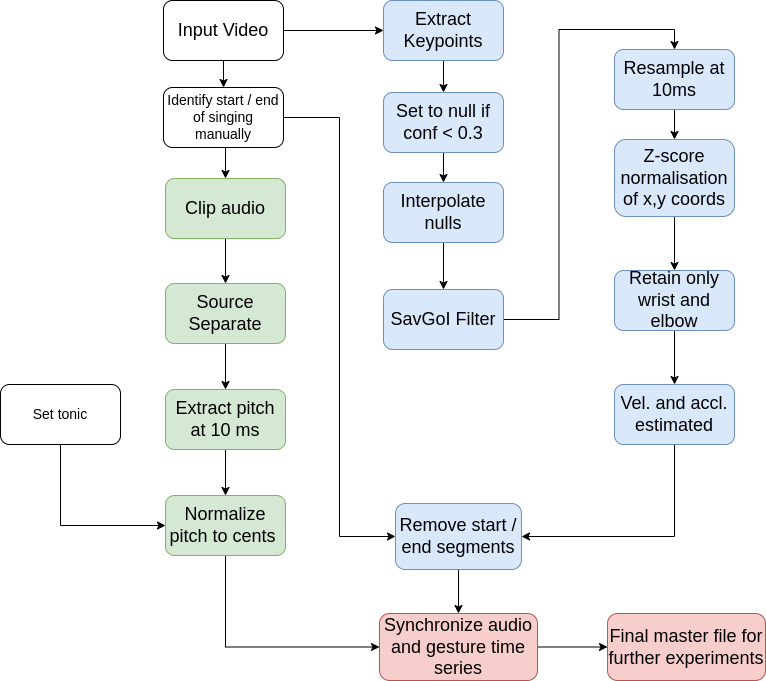
Earlier version of the draw.io export Process2D.png (DAP-Lab/hindustani_raga_dataset_processing). Source tidied: cells renumbered, new cells last; positions are measured from the earlier drawing's top-left corner, leaving out a move shared by most shapes. Source of this version:
```xml
<mxGraphModel>
  <root>
    <mxCell id="0" />
    <mxCell id="1" parent="0" />
    <mxCell id="2" style="edgeStyle=orthogonalEdgeStyle;rounded=0;jettySize=auto;html=1;" parent="1" edge="1" source="4" target="28">
      <mxGeometry relative="1" as="geometry" />
    </mxCell>
    <mxCell id="3" style="edgeStyle=orthogonalEdgeStyle;rounded=0;jettySize=auto;html=1;" parent="1" edge="1" source="4" target="10">
      <mxGeometry relative="1" as="geometry" />
    </mxCell>
    <mxCell id="4" value="&lt;font style=&quot;font-size: 18px;&quot;&gt;Input Video&lt;/font&gt;" style="rounded=1;whiteSpace=wrap;html=1;" parent="1" vertex="1">
      <mxGeometry x="163" width="120" height="60" as="geometry" />
    </mxCell>
    <mxCell id="5" style="edgeStyle=orthogonalEdgeStyle;rounded=0;jettySize=auto;html=1;fontSize=18;" parent="1" edge="1" source="6" target="8">
      <mxGeometry relative="1" as="geometry" />
    </mxCell>
    <mxCell id="6" value="&lt;font style=&quot;font-size: 18px;&quot;&gt;Source Separate&lt;/font&gt;" style="rounded=1;whiteSpace=wrap;html=1;fillColor=#d5e8d4;strokeColor=#82b366;" parent="1" vertex="1">
      <mxGeometry x="165" y="283" width="120" height="60" as="geometry" />
    </mxCell>
    <mxCell id="7" style="edgeStyle=orthogonalEdgeStyle;rounded=0;jettySize=auto;html=1;" parent="1" edge="1" source="8" target="32">
      <mxGeometry relative="1" as="geometry" />
    </mxCell>
    <mxCell id="8" value="Extract pitch at 10 ms" style="rounded=1;whiteSpace=wrap;html=1;fontSize=18;fillColor=#d5e8d4;strokeColor=#82b366;" parent="1" vertex="1">
      <mxGeometry x="165" y="389" width="120" height="60" as="geometry" />
    </mxCell>
    <mxCell id="9" style="edgeStyle=orthogonalEdgeStyle;rounded=0;jettySize=auto;html=1;fontSize=18;" parent="1" edge="1" source="10" target="12">
      <mxGeometry relative="1" as="geometry" />
    </mxCell>
    <mxCell id="10" value="Extract Keypoints" style="rounded=1;whiteSpace=wrap;html=1;fontSize=18;fillColor=#dae8fc;strokeColor=#6c8ebf;" parent="1" vertex="1">
      <mxGeometry x="383" width="120" height="60" as="geometry" />
    </mxCell>
    <mxCell id="11" style="edgeStyle=orthogonalEdgeStyle;rounded=0;jettySize=auto;html=1;fontSize=18;" parent="1" edge="1" source="12">
      <mxGeometry relative="1" as="geometry">
        <mxPoint x="443" y="182" as="targetPoint" />
      </mxGeometry>
    </mxCell>
    <mxCell id="12" value="Set to null if conf &amp;lt; 0.3" style="rounded=1;whiteSpace=wrap;html=1;fontSize=18;fillColor=#dae8fc;strokeColor=#6c8ebf;" parent="1" vertex="1">
      <mxGeometry x="383" y="92" width="120" height="60" as="geometry" />
    </mxCell>
    <mxCell id="13" style="edgeStyle=orthogonalEdgeStyle;rounded=0;jettySize=auto;html=1;fontSize=18;" parent="1" edge="1" target="15">
      <mxGeometry relative="1" as="geometry">
        <mxPoint x="443" y="242" as="sourcePoint" />
      </mxGeometry>
    </mxCell>
    <mxCell id="14" style="edgeStyle=orthogonalEdgeStyle;rounded=0;jettySize=auto;html=1;fontSize=18;" parent="1" edge="1" source="15" target="17">
      <mxGeometry relative="1" as="geometry" />
    </mxCell>
    <mxCell id="15" value="Interpolate nulls" style="rounded=1;whiteSpace=wrap;html=1;fontSize=18;fillColor=#dae8fc;strokeColor=#6c8ebf;" parent="1" vertex="1">
      <mxGeometry x="383" y="182" width="120" height="60" as="geometry" />
    </mxCell>
    <mxCell id="16" style="edgeStyle=orthogonalEdgeStyle;rounded=0;jettySize=auto;html=1;entryX=0.5;entryY=0;entryDx=0;entryDy=0;fontSize=18;" parent="1" edge="1" source="17" target="19">
      <mxGeometry relative="1" as="geometry" />
    </mxCell>
    <mxCell id="17" value="SavGoI Filter" style="rounded=1;whiteSpace=wrap;html=1;fontSize=18;fillColor=#dae8fc;strokeColor=#6c8ebf;" parent="1" vertex="1">
      <mxGeometry x="383" y="289" width="120" height="60" as="geometry" />
    </mxCell>
    <mxCell id="18" style="edgeStyle=orthogonalEdgeStyle;rounded=0;jettySize=auto;html=1;fontSize=18;" parent="1" edge="1" source="19" target="21">
      <mxGeometry relative="1" as="geometry" />
    </mxCell>
    <mxCell id="19" value="Resample at 10ms" style="rounded=1;whiteSpace=wrap;html=1;fontSize=18;fillColor=#dae8fc;strokeColor=#6c8ebf;" parent="1" vertex="1">
      <mxGeometry x="614" y="49" width="120" height="60" as="geometry" />
    </mxCell>
    <mxCell id="20" style="edgeStyle=orthogonalEdgeStyle;rounded=0;jettySize=auto;html=1;fontSize=18;" parent="1" edge="1" source="21" target="23">
      <mxGeometry relative="1" as="geometry" />
    </mxCell>
    <mxCell id="21" value="Z-score normalisation of x,y coords" style="rounded=1;whiteSpace=wrap;html=1;fontSize=18;fillColor=#dae8fc;strokeColor=#6c8ebf;" parent="1" vertex="1">
      <mxGeometry x="614" y="139" width="120" height="77" as="geometry" />
    </mxCell>
    <mxCell id="22" style="edgeStyle=orthogonalEdgeStyle;rounded=0;jettySize=auto;html=1;fontSize=18;" parent="1" edge="1" source="23" target="25">
      <mxGeometry relative="1" as="geometry" />
    </mxCell>
    <mxCell id="23" value="Retain only wrist and elbow" style="rounded=1;whiteSpace=wrap;html=1;fontSize=18;fillColor=#dae8fc;strokeColor=#6c8ebf;" parent="1" vertex="1">
      <mxGeometry x="614" y="270" width="120" height="60" as="geometry" />
    </mxCell>
    <mxCell id="24" style="edgeStyle=orthogonalEdgeStyle;rounded=0;jettySize=auto;html=1;exitX=0.5;exitY=1;exitDx=0;exitDy=0;entryX=1;entryY=0.5;entryDx=0;entryDy=0;" parent="1" edge="1" source="25" target="36">
      <mxGeometry relative="1" as="geometry" />
    </mxCell>
    <mxCell id="25" value="Vel. and accl. estimated" style="rounded=1;whiteSpace=wrap;html=1;fontSize=18;fillColor=#dae8fc;strokeColor=#6c8ebf;" parent="1" vertex="1">
      <mxGeometry x="614" y="384" width="120" height="60" as="geometry" />
    </mxCell>
    <mxCell id="26" style="edgeStyle=orthogonalEdgeStyle;rounded=0;jettySize=auto;html=1;exitX=1;exitY=0.5;exitDx=0;exitDy=0;entryX=0;entryY=0.5;entryDx=0;entryDy=0;" parent="1" edge="1" source="28" target="36">
      <mxGeometry relative="1" as="geometry" />
    </mxCell>
    <mxCell id="27" style="edgeStyle=orthogonalEdgeStyle;rounded=0;jettySize=auto;html=1;exitX=0.5;exitY=1;exitDx=0;exitDy=0;entryX=0.5;entryY=0;entryDx=0;entryDy=0;" parent="1" edge="1" source="28" target="30">
      <mxGeometry relative="1" as="geometry" />
    </mxCell>
    <mxCell id="28" value="&lt;font style=&quot;font-size: 14px;&quot;&gt;Identify start / end of singing manually&lt;/font&gt;" style="rounded=1;whiteSpace=wrap;html=1;" parent="1" vertex="1">
      <mxGeometry x="163" y="87" width="120" height="60" as="geometry" />
    </mxCell>
    <mxCell id="29" style="edgeStyle=orthogonalEdgeStyle;rounded=0;jettySize=auto;html=1;" parent="1" edge="1" source="30" target="6">
      <mxGeometry relative="1" as="geometry" />
    </mxCell>
    <mxCell id="30" value="&lt;font style=&quot;font-size: 18px;&quot;&gt;Clip audio&lt;/font&gt;" style="rounded=1;whiteSpace=wrap;html=1;fillColor=#d5e8d4;strokeColor=#82b366;" parent="1" vertex="1">
      <mxGeometry x="165" y="178" width="120" height="60" as="geometry" />
    </mxCell>
    <mxCell id="31" style="edgeStyle=orthogonalEdgeStyle;rounded=0;jettySize=auto;html=1;exitX=0.5;exitY=1;exitDx=0;exitDy=0;entryX=0;entryY=0.5;entryDx=0;entryDy=0;" parent="1" edge="1" source="32" target="34">
      <mxGeometry relative="1" as="geometry" />
    </mxCell>
    <mxCell id="32" value="Normalize pitch to cents&amp;nbsp;" style="rounded=1;whiteSpace=wrap;html=1;fontSize=18;fillColor=#d5e8d4;strokeColor=#82b366;" parent="1" vertex="1">
      <mxGeometry x="165" y="495" width="120" height="60" as="geometry" />
    </mxCell>
    <mxCell id="33" style="edgeStyle=orthogonalEdgeStyle;rounded=0;jettySize=auto;html=1;exitX=1;exitY=0.5;exitDx=0;exitDy=0;entryX=0;entryY=0.5;entryDx=0;entryDy=0;" parent="1" edge="1" source="34" target="37">
      <mxGeometry relative="1" as="geometry" />
    </mxCell>
    <mxCell id="34" value="&lt;font style=&quot;font-size: 18px;&quot;&gt;Synchronize audio and gesture time series&lt;/font&gt;" style="rounded=1;whiteSpace=wrap;html=1;fillColor=#f8cecc;strokeColor=#b85450;" parent="1" vertex="1">
      <mxGeometry x="379" y="613" width="158" height="67" as="geometry" />
    </mxCell>
    <mxCell id="35" style="edgeStyle=orthogonalEdgeStyle;rounded=0;jettySize=auto;html=1;exitX=0.5;exitY=1;exitDx=0;exitDy=0;entryX=0.5;entryY=0;entryDx=0;entryDy=0;" parent="1" edge="1" source="36" target="34">
      <mxGeometry relative="1" as="geometry" />
    </mxCell>
    <mxCell id="36" value="Remove start / end segments" style="rounded=1;whiteSpace=wrap;html=1;fontSize=18;fillColor=#dae8fc;strokeColor=#6c8ebf;" parent="1" vertex="1">
      <mxGeometry x="395" y="503" width="126" height="66" as="geometry" />
    </mxCell>
    <mxCell id="37" value="&lt;font style=&quot;font-size: 18px;&quot;&gt;Final master file for further experiments&lt;/font&gt;" style="rounded=1;whiteSpace=wrap;html=1;fillColor=#f8cecc;strokeColor=#b85450;" parent="1" vertex="1">
      <mxGeometry x="607" y="613" width="158" height="67" as="geometry" />
    </mxCell>
    <mxCell id="38" style="edgeStyle=orthogonalEdgeStyle;rounded=0;jettySize=auto;html=1;exitX=0.5;exitY=1;exitDx=0;exitDy=0;entryX=0;entryY=0.5;entryDx=0;entryDy=0;" parent="1" edge="1" source="39" target="32">
      <mxGeometry relative="1" as="geometry" />
    </mxCell>
    <mxCell id="39" value="&lt;span style=&quot;font-size: 14px;&quot;&gt;Set tonic&lt;/span&gt;" style="rounded=1;whiteSpace=wrap;html=1;" parent="1" vertex="1">
      <mxGeometry y="384" width="120" height="60" as="geometry" />
    </mxCell>
  </root>
</mxGraphModel>
```
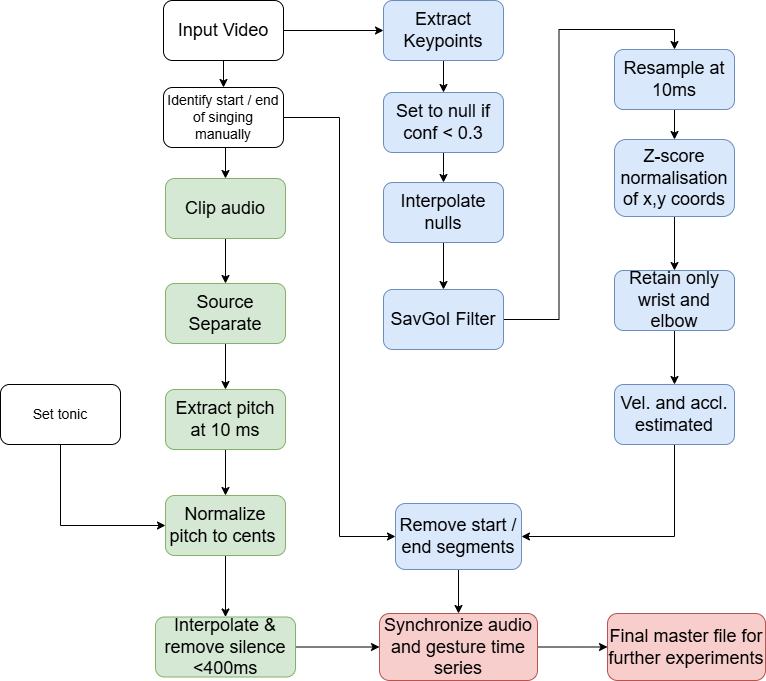
After the change.

What changed in the source:
```diff
@@ -17,7 +17,7 @@
     <mxCell id="6" value="&lt;font style=&quot;font-size: 18px;&quot;&gt;Source Separate&lt;/font&gt;" style="rounded=1;whiteSpace=wrap;html=1;fillColor=#d5e8d4;strokeColor=#82b366;" parent="1" vertex="1">
       <mxGeometry x="165" y="283" width="120" height="60" as="geometry" />
     </mxCell>
-    <mxCell id="7" style="edgeStyle=orthogonalEdgeStyle;rounded=0;jettySize=auto;html=1;" parent="1" edge="1" source="8" target="32">
+    <mxCell id="7" style="edgeStyle=orthogonalEdgeStyle;rounded=0;jettySize=auto;html=1;exitX=0.5;exitY=1;exitDx=0;exitDy=0;entryX=0.5;entryY=0;entryDx=0;entryDy=0;" parent="1" edge="1" source="8" target="32">
       <mxGeometry relative="1" as="geometry" />
     </mxCell>
     <mxCell id="8" value="Extract pitch at 10 ms" style="rounded=1;whiteSpace=wrap;html=1;fontSize=18;fillColor=#d5e8d4;strokeColor=#82b366;" parent="1" vertex="1">
@@ -93,9 +93,9 @@
     <mxCell id="30" value="&lt;font style=&quot;font-size: 18px;&quot;&gt;Clip audio&lt;/font&gt;" style="rounded=1;whiteSpace=wrap;html=1;fillColor=#d5e8d4;strokeColor=#82b366;" parent="1" vertex="1">
       <mxGeometry x="165" y="178" width="120" height="60" as="geometry" />
     </mxCell>
-    <mxCell id="31" style="edgeStyle=orthogonalEdgeStyle;rounded=0;jettySize=auto;html=1;exitX=0.5;exitY=1;exitDx=0;exitDy=0;entryX=0;entryY=0.5;entryDx=0;entryDy=0;" parent="1" edge="1" source="32" target="34">
-      <mxGeometry relative="1" as="geometry" />
-    </mxCell>
+    <mxCell id="40" style="edgeStyle=orthogonalEdgeStyle;rounded=0;jettySize=auto;html=1;" parent="1" edge="1" source="32" target="42">
+      <mxGeometry relative="1" as="geometry" />
+    </mxCell>
     <mxCell id="32" value="Normalize pitch to cents&amp;nbsp;" style="rounded=1;whiteSpace=wrap;html=1;fontSize=18;fillColor=#d5e8d4;strokeColor=#82b366;" parent="1" vertex="1">
       <mxGeometry x="165" y="495" width="120" height="60" as="geometry" />
     </mxCell>
@@ -120,5 +120,11 @@
     <mxCell id="39" value="&lt;span style=&quot;font-size: 14px;&quot;&gt;Set tonic&lt;/span&gt;" style="rounded=1;whiteSpace=wrap;html=1;" parent="1" vertex="1">
       <mxGeometry y="384" width="120" height="60" as="geometry" />
     </mxCell>
+    <mxCell id="41" style="edgeStyle=orthogonalEdgeStyle;rounded=0;jettySize=auto;html=1;" parent="1" edge="1" source="42" target="34">
+      <mxGeometry relative="1" as="geometry" />
+    </mxCell>
+    <mxCell id="42" value="Interpolate &amp;amp; remove silence &amp;lt;400ms" style="rounded=1;whiteSpace=wrap;html=1;fontSize=18;fillColor=#d5e8d4;strokeColor=#82b366;" parent="1" vertex="1">
+      <mxGeometry x="155" y="616.5" width="140" height="60" as="geometry" />
+    </mxCell>
   </root>
 </mxGraphModel>
```
